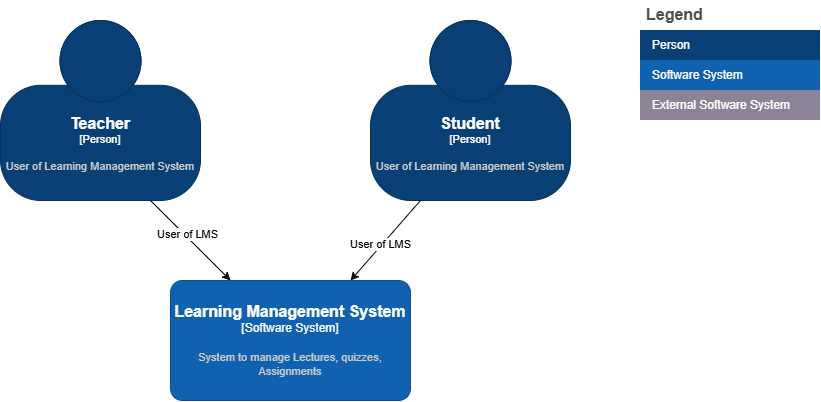
Above: documentation/assets/architecture.drawio.png in 676647/planb-learning-management-system (draw.io), before the change. Source tidied: cells renumbered, new cells last; positions are measured from the earlier drawing's top-left corner, leaving out a move shared by most shapes.
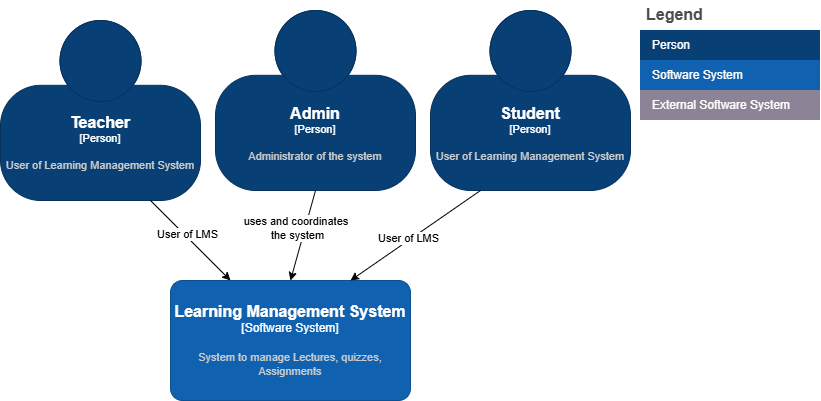
After the change.

Diff of the diagram source:
```diff
@@ -4,7 +4,7 @@
     <mxCell id="1" parent="0" />
     <object id="2" label="&lt;font style=&quot;font-size: 16px&quot;&gt;&lt;b&gt;%c4Name%&lt;/b&gt;&lt;/font&gt;&lt;div&gt;[%c4Type%]&lt;/div&gt;&lt;br&gt;&lt;div&gt;&lt;font style=&quot;font-size: 11px&quot;&gt;&lt;font color=&quot;#cccccc&quot;&gt;%c4Description%&lt;/font&gt;&lt;/div&gt;" c4Description="User of Learning Management System" c4Name="Student" c4Type="Person" placeholders="1">
       <mxCell style="html=1;fontSize=11;dashed=0;whiteSpace=wrap;fillColor=#083F75;strokeColor=#06315C;fontColor=#ffffff;shape=mxgraph.c4.person2;align=center;points=[[0.5,0,0],[1,0.5,0],[1,0.75,0],[0.75,1,0],[0.5,1,0],[0.25,1,0],[0,0.75,0],[0,0.5,0]];" parent="1" vertex="1">
-        <mxGeometry x="370" y="20" width="200" height="180" as="geometry" />
+        <mxGeometry x="430" y="10" width="200" height="180" as="geometry" />
       </mxCell>
     </object>
     <object id="3" label="&lt;font style=&quot;font-size: 16px&quot;&gt;&lt;b&gt;%c4Name%&lt;/b&gt;&lt;/font&gt;&lt;div&gt;[%c4Type%]&lt;/div&gt;&lt;br&gt;&lt;div&gt;&lt;font style=&quot;font-size: 11px&quot;&gt;&lt;font color=&quot;#cccccc&quot;&gt;%c4Description%&lt;/font&gt;&lt;/div&gt;" c4Description="User of Learning Management System" c4Name="Teacher" c4Type="Person" placeholders="1">
@@ -50,5 +50,16 @@
     <mxCell id="15" value="User of LMS" style="edgeLabel;html=1;align=center;verticalAlign=middle;inheritText=1;" parent="14" vertex="1">
       <mxGeometry x="0.1" y="-2" relative="1" as="geometry" />
     </mxCell>
+    <object id="16" label="&lt;font style=&quot;font-size: 16px&quot;&gt;&lt;b&gt;%c4Name%&lt;/b&gt;&lt;/font&gt;&lt;div&gt;[%c4Type%]&lt;/div&gt;&lt;br&gt;&lt;div&gt;&lt;font style=&quot;font-size: 11px&quot;&gt;&lt;font color=&quot;#cccccc&quot;&gt;%c4Description%&lt;/font&gt;&lt;/div&gt;" c4Description="Administrator of the system" c4Name="Admin&#10;" c4Type="Person" placeholders="1">
+      <mxCell style="html=1;fontSize=11;dashed=0;whiteSpace=wrap;fillColor=#083F75;strokeColor=#06315C;fontColor=#ffffff;shape=mxgraph.c4.person2;align=center;points=[[0.5,0,0],[1,0.5,0],[1,0.75,0],[0.75,1,0],[0.5,1,0],[0.25,1,0],[0,0.75,0],[0,0.5,0]];" parent="1" vertex="1">
+        <mxGeometry x="215" y="10" width="200" height="180" as="geometry" />
+      </mxCell>
+    </object>
+    <mxCell id="17" style="edgeStyle=none;html=1;exitX=0.5;exitY=1;exitDx=0;exitDy=0;exitPerimeter=0;entryX=0.5;entryY=0;entryDx=0;entryDy=0;entryPerimeter=0;" parent="1" edge="1" source="16" target="4">
+      <mxGeometry relative="1" as="geometry" />
+    </mxCell>
+    <mxCell id="18" value="uses and coordinates&amp;nbsp;&lt;div&gt;the system&lt;/div&gt;" style="edgeLabel;html=1;align=center;verticalAlign=middle;inheritText=1;" parent="17" vertex="1">
+      <mxGeometry x="-0.13" y="-8" relative="1" as="geometry" />
+    </mxCell>
   </root>
 </mxGraphModel>
```
